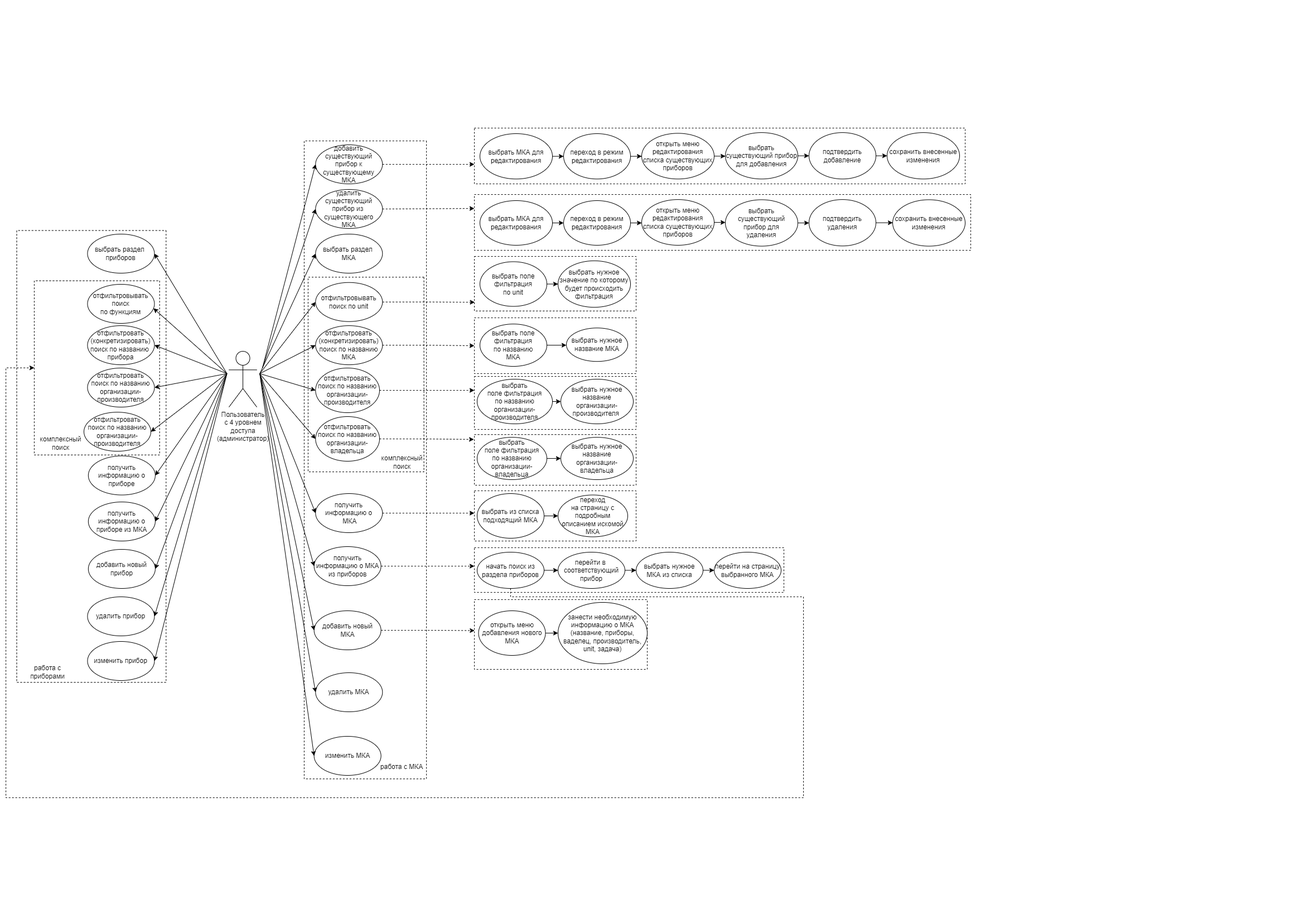
The draw.io diagram use case расширенная версия.drawio.png in ReallyDeadGorillaz/WorkingDrafts, before a commit. Source tidied: cells renumbered, new cells last; positions are measured from the earlier drawing's top-left corner, leaving out a move shared by most shapes.
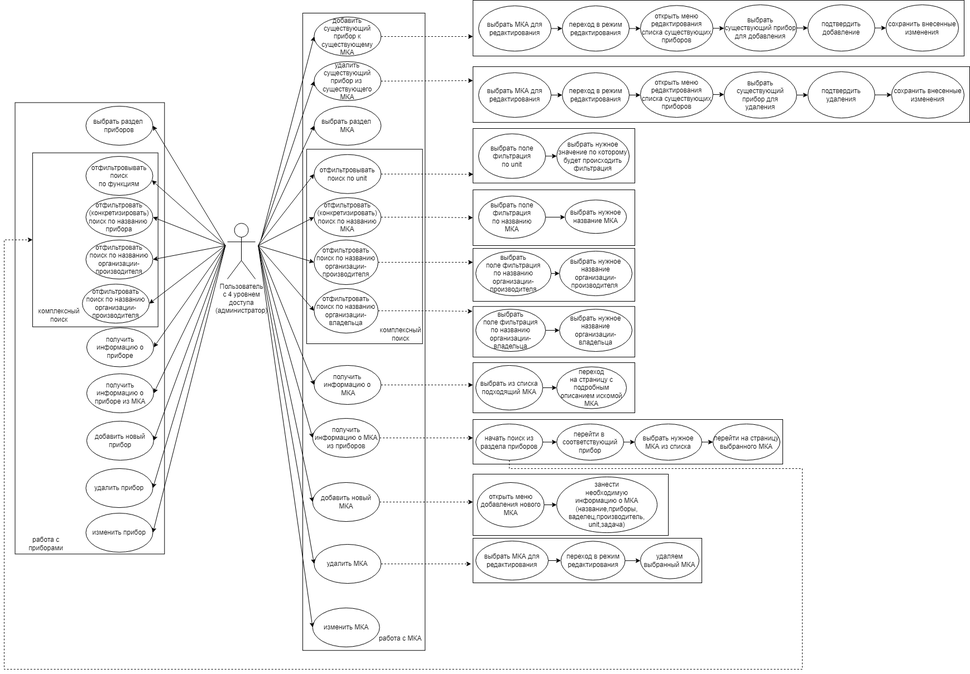
Later version of the same file.

Change to the diagram source:
```diff
@@ -2,37 +2,40 @@
   <root>
     <mxCell id="0" />
     <mxCell id="1" parent="0" />
+    <mxCell id="121" style="rounded=0;whiteSpace=wrap;html=1;fillColor=none;" parent="1" vertex="1">
+      <mxGeometry x="1091" y="965" width="410" height="80" as="geometry" />
+    </mxCell>
-    <mxCell id="2" style="rounded=0;whiteSpace=wrap;html=1;fillColor=none;dashed=1;" parent="1" vertex="1">
-      <mxGeometry x="1091" y="845" width="310" height="125" as="geometry" />
+    <mxCell id="2" style="rounded=0;whiteSpace=wrap;html=1;fillColor=none;" parent="1" vertex="1">
+      <mxGeometry x="1091" y="850" width="350" height="110" as="geometry" />
     </mxCell>
-    <mxCell id="3" style="rounded=0;whiteSpace=wrap;html=1;fillColor=none;dashed=1;" parent="1" vertex="1">
+    <mxCell id="3" style="rounded=0;whiteSpace=wrap;html=1;fillColor=none;" parent="1" vertex="1">
       <mxGeometry x="1091" y="752" width="555" height="80" as="geometry" />
     </mxCell>
-    <mxCell id="4" style="rounded=0;whiteSpace=wrap;html=1;fillColor=none;dashed=1;" parent="1" vertex="1">
+    <mxCell id="4" style="rounded=0;whiteSpace=wrap;html=1;fillColor=none;" parent="1" vertex="1">
       <mxGeometry x="1091" y="650" width="290" height="90" as="geometry" />
     </mxCell>
-    <mxCell id="5" style="rounded=0;whiteSpace=wrap;html=1;fillColor=none;dashed=1;" parent="1" vertex="1">
+    <mxCell id="5" style="rounded=0;whiteSpace=wrap;html=1;fillColor=none;" parent="1" vertex="1">
       <mxGeometry x="1091" y="445.1" width="290" height="94.9" as="geometry" />
     </mxCell>
-    <mxCell id="6" style="rounded=0;whiteSpace=wrap;html=1;fillColor=none;dashed=1;" parent="1" vertex="1">
+    <mxCell id="6" style="rounded=0;whiteSpace=wrap;html=1;fillColor=none;" parent="1" vertex="1">
       <mxGeometry x="1091" y="340" width="290" height="100" as="geometry" />
     </mxCell>
-    <mxCell id="7" style="rounded=0;whiteSpace=wrap;html=1;fillColor=none;dashed=1;" parent="1" vertex="1">
+    <mxCell id="7" style="rounded=0;whiteSpace=wrap;html=1;fillColor=none;" parent="1" vertex="1">
       <mxGeometry x="1091" y="230" width="290" height="97.8" as="geometry" />
     </mxCell>
-    <mxCell id="8" style="rounded=0;whiteSpace=wrap;html=1;fillColor=none;dashed=1;" parent="1" vertex="1">
+    <mxCell id="8" style="rounded=0;whiteSpace=wrap;html=1;fillColor=none;" parent="1" vertex="1">
       <mxGeometry x="1091" y="119.1" width="890" height="100" as="geometry" />
     </mxCell>
-    <mxCell id="9" style="rounded=0;whiteSpace=wrap;html=1;fillColor=none;dashed=1;" parent="1" vertex="1">
+    <mxCell id="9" style="rounded=0;whiteSpace=wrap;html=1;fillColor=none;" parent="1" vertex="1">
       <mxGeometry x="1091" width="880" height="100" as="geometry" />
     </mxCell>
-    <mxCell id="10" style="rounded=0;whiteSpace=wrap;html=1;rotation=90;fillColor=none;dashed=1;" parent="1" vertex="1">
+    <mxCell id="10" style="rounded=0;whiteSpace=wrap;html=1;rotation=90;fillColor=none;" parent="1" vertex="1">
       <mxGeometry x="-0.5" y="454.5" width="809.7" height="267.8" as="geometry" />
     </mxCell>
-    <mxCell id="11" style="rounded=0;whiteSpace=wrap;html=1;rotation=90;fillColor=none;dashed=1;" parent="1" vertex="1">
+    <mxCell id="11" style="rounded=0;whiteSpace=wrap;html=1;rotation=90;fillColor=none;" parent="1" vertex="1">
       <mxGeometry x="323.9" y="485" width="1143.2" height="219.2" as="geometry" />
     </mxCell>
-    <mxCell id="12" style="rounded=0;whiteSpace=wrap;html=1;rotation=90;fillColor=none;dashed=1;" parent="1" vertex="1">
+    <mxCell id="12" style="rounded=0;whiteSpace=wrap;html=1;rotation=90;fillColor=none;" parent="1" vertex="1">
       <mxGeometry x="722.3" y="337.8" width="348.9" height="207.7" as="geometry" />
     </mxCell>
     <mxCell id="13" value="Пользователь &lt;br&gt;с 4 уровнем &lt;br&gt;доступа&lt;br&gt;(администратор)&lt;br&gt;" style="shape=umlActor;verticalLabelPosition=bottom;verticalAlign=top;html=1;" parent="1" vertex="1">
@@ -113,7 +116,7 @@
         <mxPoint x="706.3" y="440" as="sourcePoint" />
       </mxGeometry>
     </mxCell>
-    <mxCell id="33" style="rounded=0;whiteSpace=wrap;html=1;rotation=90;fillColor=none;dashed=1;" parent="1" vertex="1">
+    <mxCell id="33" style="rounded=0;whiteSpace=wrap;html=1;rotation=90;fillColor=none;" parent="1" vertex="1">
       <mxGeometry x="258.2" y="317.4" width="312.1" height="224.8" as="geometry" />
     </mxCell>
     <mxCell id="34" value="отфильтровывать поиск &lt;br&gt;по функциям" style="ellipse;whiteSpace=wrap;html=1;" parent="1" vertex="1">
@@ -179,8 +182,10 @@
     <mxCell id="50" value="изменить прибор&lt;br&gt;" style="ellipse;whiteSpace=wrap;html=1;" parent="1" vertex="1">
       <mxGeometry x="397.4" y="920" width="120" height="70" as="geometry" />
     </mxCell>
-    <mxCell id="51" style="edgeStyle=orthogonalEdgeStyle;rounded=0;jettySize=auto;html=1;exitX=1;exitY=0.5;exitDx=0;exitDy=0;entryX=0.001;entryY=0.444;entryDx=0;entryDy=0;entryPerimeter=0;dashed=1;" parent="1" edge="1" source="52" target="2">
-      <mxGeometry relative="1" as="geometry" />
+    <mxCell id="51" style="edgeStyle=orthogonalEdgeStyle;rounded=0;jettySize=auto;html=1;exitX=1;exitY=0.5;exitDx=0;exitDy=0;dashed=1;startSize=0;" parent="1" edge="1" source="52">
+      <mxGeometry relative="1" as="geometry">
+        <mxPoint x="1091" y="900" as="targetPoint" />
+      </mxGeometry>
     </mxCell>
     <mxCell id="52" value="добавить новый МКА&lt;br&gt;" style="ellipse;whiteSpace=wrap;html=1;" parent="1" vertex="1">
       <mxGeometry x="803.6" y="865" width="120" height="70" as="geometry" />
@@ -349,7 +354,7 @@
     <mxCell id="100" value="выбрать нужное название организации-производителя&amp;nbsp;" style="ellipse;whiteSpace=wrap;html=1;fillColor=none;" parent="1" vertex="1">
       <mxGeometry x="1246" y="450" width="130" height="80" as="geometry" />
     </mxCell>
-    <mxCell id="101" style="rounded=0;whiteSpace=wrap;html=1;fillColor=none;dashed=1;" parent="1" vertex="1">
+    <mxCell id="101" style="rounded=0;whiteSpace=wrap;html=1;fillColor=none;" parent="1" vertex="1">
       <mxGeometry x="1091" y="549.2" width="290" height="90.8" as="geometry" />
     </mxCell>
     <mxCell id="102" style="edgeStyle=orthogonalEdgeStyle;rounded=0;jettySize=auto;html=1;exitX=1;exitY=0.5;exitDx=0;exitDy=0;entryX=0;entryY=0.5;entryDx=0;entryDy=0;" parent="1" edge="1" source="103" target="104">
@@ -416,8 +421,26 @@
     <mxCell id="119" value="открыть меню добавления нового МКА" style="ellipse;whiteSpace=wrap;html=1;fillColor=none;" parent="1" vertex="1">
       <mxGeometry x="1098.5" y="865" width="120" height="80" as="geometry" />
     </mxCell>
-    <mxCell id="120" value="занести необходимую информацию о МКА&lt;br&gt;(название, приборы, ваделец, производитель, unit, задача)" style="ellipse;whiteSpace=wrap;html=1;fillColor=none;" parent="1" vertex="1">
-      <mxGeometry x="1241" y="850" width="160" height="110" as="geometry" />
+    <mxCell id="120" value="занести&lt;br&gt;необходимую&lt;br&gt;информацию о МКА&lt;br&gt;(название,приборы,&lt;br&gt;ваделец,производитель,&lt;br&gt;unit,задача)" style="ellipse;whiteSpace=wrap;html=1;fillColor=none;" parent="1" vertex="1">
+      <mxGeometry x="1241" y="855" width="180" height="100" as="geometry" />
     </mxCell>
+    <mxCell id="122" style="edgeStyle=orthogonalEdgeStyle;rounded=0;jettySize=auto;html=1;exitX=1;exitY=0.5;exitDx=0;exitDy=0;entryX=0;entryY=0.5;entryDx=0;entryDy=0;" parent="1" edge="1" source="123" target="125">
+      <mxGeometry relative="1" as="geometry" />
+    </mxCell>
+    <mxCell id="123" value="выбрать МКА для редактирования" style="ellipse;whiteSpace=wrap;html=1;fillColor=none;" parent="1" vertex="1">
+      <mxGeometry x="1096" y="970" width="130" height="70" as="geometry" />
+    </mxCell>
+    <mxCell id="124" style="edgeStyle=orthogonalEdgeStyle;rounded=0;jettySize=auto;html=1;exitX=1;exitY=0.5;exitDx=0;exitDy=0;entryX=0;entryY=0.5;entryDx=0;entryDy=0;" parent="1" edge="1" source="125" target="126">
+      <mxGeometry relative="1" as="geometry" />
+    </mxCell>
+    <mxCell id="125" value="переход в режим редактирования" style="ellipse;whiteSpace=wrap;html=1;fillColor=none;" parent="1" vertex="1">
+      <mxGeometry x="1248.5" y="970.4" width="115" height="69.6" as="geometry" />
+    </mxCell>
+    <mxCell id="126" value="удаляем выбранный МКА" style="ellipse;whiteSpace=wrap;html=1;fillColor=none;" parent="1" vertex="1">
+      <mxGeometry x="1391" y="972.7" width="105" height="65" as="geometry" />
+    </mxCell>
+    <mxCell id="127" style="endArrow=classic;html=1;rounded=0;exitX=1;exitY=0.5;exitDx=0;exitDy=0;entryX=-0.008;entryY=0.575;entryDx=0;entryDy=0;entryPerimeter=0;dashed=1;" parent="1" edge="1" source="53" target="121">
+      <mxGeometry relative="1" as="geometry" />
+    </mxCell>
   </root>
 </mxGraphModel>
```
